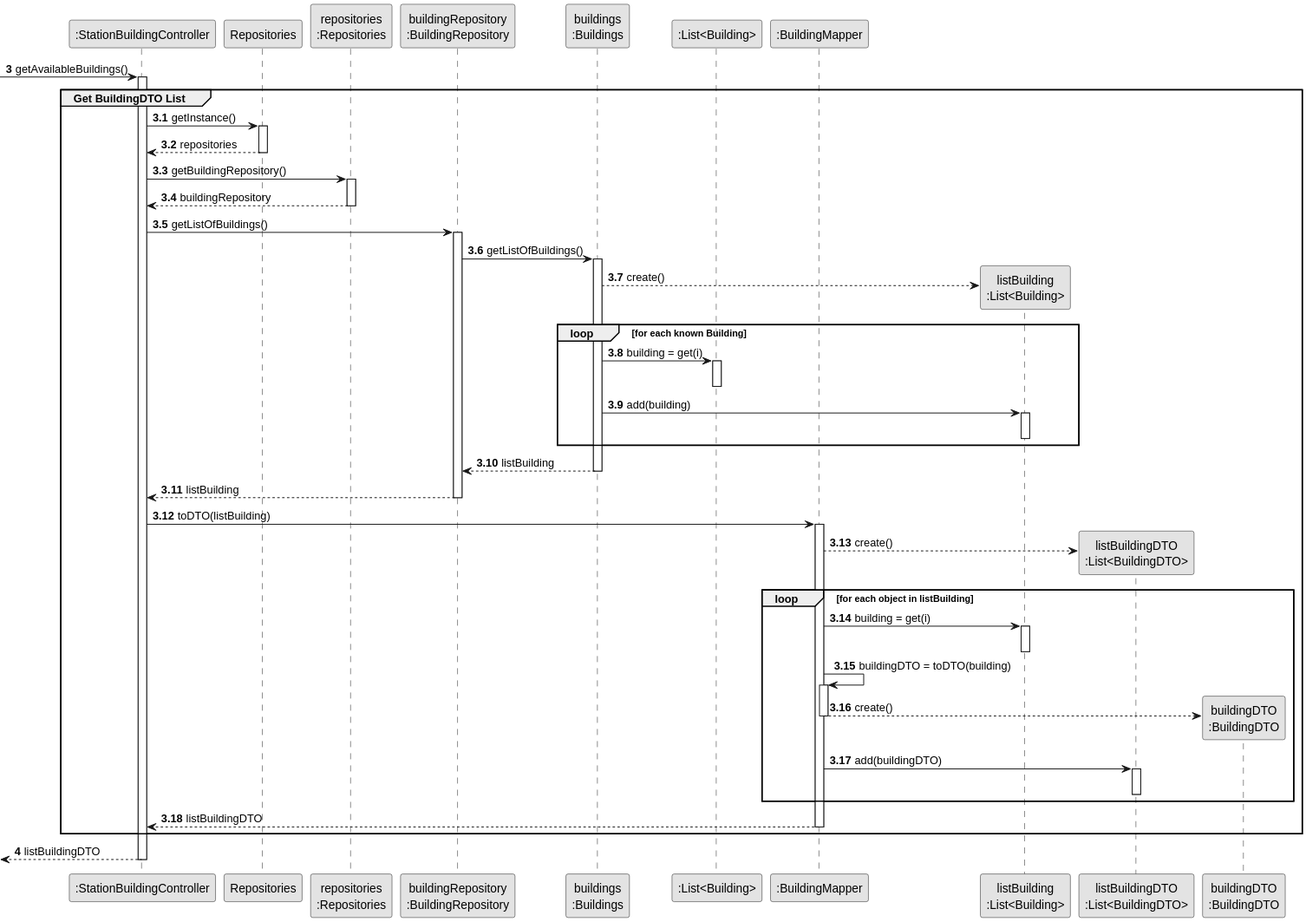
HenriqueSilva18/Railway-Network-Simulator keeps this PlantUML diagram as docs/system-documentation/Sprint 3/US05/03.design/svg/US05-SD-partial-Get-BuildingDTO-List.svg. Above is the earlier version. The source it was exported from:
```plantuml
@startuml
skinparam monochrome true
skinparam packageStyle rectangle
skinparam shadowing false

participant ":StationBuildingController" as CTRL
participant "Repositories" as REPOS
participant "repositories\n:Repositories" as REPOS_SINGLETON
participant "buildingRepository\n:BuildingRepository" as BUILDING_REPO
participant "buildings\n:Buildings" as BUILDINGS
participant ":List<Building>" as LIST
participant ":BuildingMapper" as BUILDING_MAPPER
participant "listBuilding\n:List<Building>" as BUILDING_LIST
participant "listBuildingDTO\n:List<BuildingDTO>" as BUILDING_LIST_DTO
participant "buildingDTO\n:BuildingDTO" as BUILDING_DTO

autonumber 3
-> CTRL: getAvailableBuildings()

autonumber 3.1
activate CTRL
    group Get BuildingDTO List

        CTRL -> REPOS : getInstance()
        activate REPOS
            REPOS --> CTRL: repositories
        deactivate REPOS

        CTRL -> REPOS_SINGLETON: getBuildingRepository()
        activate REPOS_SINGLETON
            REPOS_SINGLETON --> CTRL: buildingRepository
        deactivate REPOS_SINGLETON

        CTRL -> BUILDING_REPO: getListOfBuildings()
        activate BUILDING_REPO
            BUILDING_REPO -> BUILDINGS: getListOfBuildings()
            activate BUILDINGS

                BUILDINGS --> BUILDING_LIST**: create()

                loop for each known Building
                    BUILDINGS -> LIST: building = get(i)
                    activate LIST
                        deactivate LIST

                    BUILDINGS -> BUILDING_LIST: add(building)
                    activate BUILDING_LIST
                        deactivate BUILDING_LIST
                end

                BUILDINGS --> BUILDING_REPO: listBuilding
            deactivate BUILDINGS

            BUILDING_REPO --> CTRL: listBuilding
        deactivate BUILDING_REPO

        CTRL -> BUILDING_MAPPER: toDTO(listBuilding)
        activate BUILDING_MAPPER

            BUILDING_MAPPER --> BUILDING_LIST_DTO**: create()

            loop for each object in listBuilding
                BUILDING_MAPPER -> BUILDING_LIST: building = get(i)
                activate BUILDING_LIST
                    deactivate BUILDING_LIST

                BUILDING_MAPPER -> BUILDING_MAPPER: buildingDTO = toDTO(building)
                activate BUILDING_MAPPER
                    BUILDING_MAPPER --> BUILDING_DTO**: create()
                    deactivate BUILDING_MAPPER

                BUILDING_MAPPER -> BUILDING_LIST_DTO: add(buildingDTO)
                activate BUILDING_LIST_DTO
                    deactivate BUILDING_LIST_DTO
            end

            BUILDING_MAPPER --> CTRL: listBuildingDTO
        deactivate BUILDING_MAPPER

    end

    autonumber 4
    <-- CTRL : listBuildingDTO
deactivate CTRL
@enduml
```
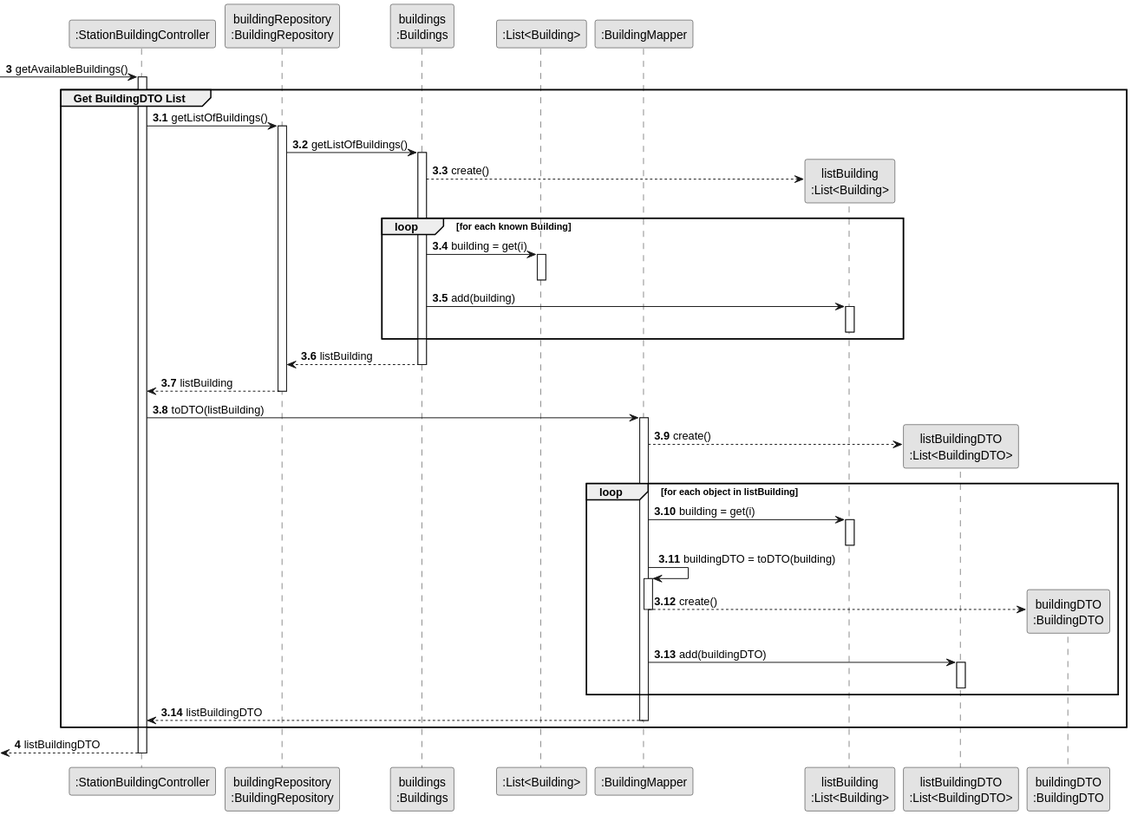
Later version of the same file.

Diff of the diagram source:
```diff
@@ -4,8 +4,7 @@
 skinparam shadowing false
 
 participant ":StationBuildingController" as CTRL
-participant "Repositories" as REPOS
-participant "repositories\n:Repositories" as REPOS_SINGLETON
+
 participant "buildingRepository\n:BuildingRepository" as BUILDING_REPO
 participant "buildings\n:Buildings" as BUILDINGS
 participant ":List<Building>" as LIST
@@ -20,16 +19,6 @@
 autonumber 3.1
 activate CTRL
     group Get BuildingDTO List
-
-        CTRL -> REPOS : getInstance()
-        activate REPOS
-            REPOS --> CTRL: repositories
-        deactivate REPOS
-
-        CTRL -> REPOS_SINGLETON: getBuildingRepository()
-        activate REPOS_SINGLETON
-            REPOS_SINGLETON --> CTRL: buildingRepository
-        deactivate REPOS_SINGLETON
 
         CTRL -> BUILDING_REPO: getListOfBuildings()
         activate BUILDING_REPO
```
